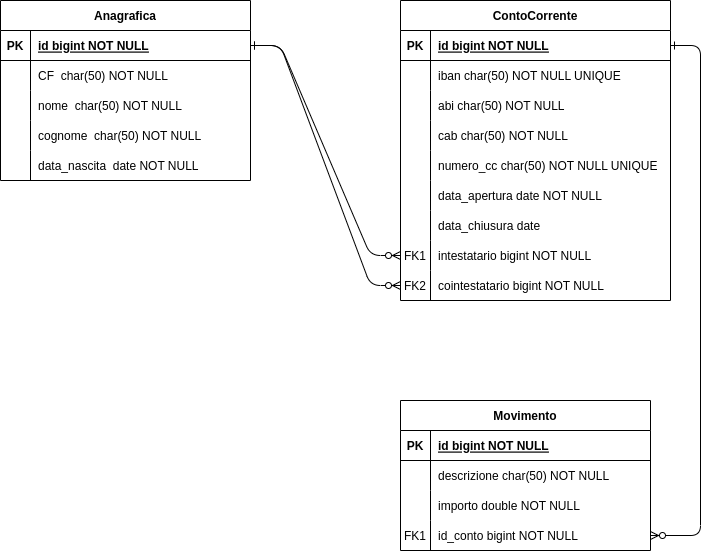
Earlier version of the draw.io export progettazione/contocorrente.drawio.png (dcocuzza/contocorrente_es). Source tidied: cells renumbered, new cells last; positions are measured from the earlier drawing's top-left corner, leaving out a move shared by most shapes.
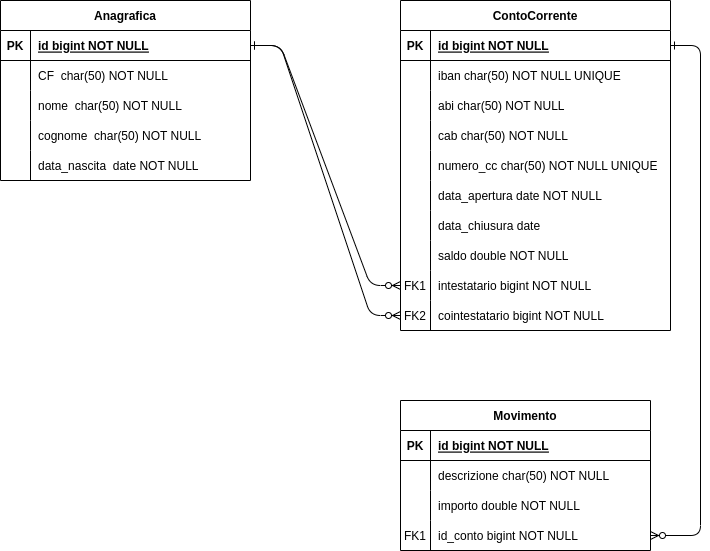
The same file after the commit.

What changed in the source:
```diff
@@ -9,7 +9,7 @@
       <mxGeometry relative="1" as="geometry" />
     </mxCell>
     <mxCell id="4" value="ContoCorrente" style="shape=table;startSize=30;rowLines=0;fontStyle=1;align=center;" parent="1" vertex="1">
-      <mxGeometry x="400" width="270" height="300" as="geometry" />
+      <mxGeometry x="400" width="270" height="330" as="geometry" />
     </mxCell>
     <mxCell id="5" style="shape=partialRectangle;fillColor=none;points=[[0,0.5],[1,0.5]];portConstraint=eastwest;top=0;left=0;right=0;bottom=1;" parent="4" vertex="1">
       <mxGeometry y="30" width="270" height="30" as="geometry" />
@@ -74,8 +74,17 @@
     <mxCell id="25" value="data_chiusura date" style="shape=partialRectangle;overflow=hidden;fillColor=none;top=0;left=0;bottom=0;right=0;align=left;spacingLeft=6;" parent="23" vertex="1">
       <mxGeometry x="30" width="240" height="30" as="geometry" />
     </mxCell>
+    <mxCell id="62" style="shape=partialRectangle;fillColor=none;top=0;left=0;right=0;bottom=0;" parent="4" vertex="1">
+      <mxGeometry y="240" width="270" height="30" as="geometry" />
+    </mxCell>
+    <mxCell id="63" style="shape=partialRectangle;overflow=hidden;fillColor=none;top=0;left=0;bottom=0;right=0;" parent="62" vertex="1">
+      <mxGeometry width="30" height="30" as="geometry" />
+    </mxCell>
+    <mxCell id="64" value="saldo double NOT NULL" style="shape=partialRectangle;overflow=hidden;fillColor=none;top=0;left=0;bottom=0;right=0;align=left;spacingLeft=6;" parent="62" vertex="1">
+      <mxGeometry x="30" width="240" height="30" as="geometry" />
+    </mxCell>
     <mxCell id="26" style="shape=partialRectangle;fillColor=none;points=[[0,0.5],[1,0.5]];portConstraint=eastwest;top=0;left=0;right=0;bottom=0;" parent="4" vertex="1">
-      <mxGeometry y="240" width="270" height="30" as="geometry" />
+      <mxGeometry y="270" width="270" height="30" as="geometry" />
     </mxCell>
     <mxCell id="27" value="FK1" style="shape=partialRectangle;overflow=hidden;fillColor=none;top=0;left=0;bottom=0;right=0;" parent="26" vertex="1">
       <mxGeometry width="30" height="30" as="geometry" />
@@ -84,7 +93,7 @@
       <mxGeometry x="30" width="240" height="30" as="geometry" />
     </mxCell>
     <mxCell id="29" style="shape=partialRectangle;fillColor=none;points=[[0,0.5],[1,0.5]];portConstraint=eastwest;top=0;left=0;right=0;bottom=0;" parent="4" vertex="1">
-      <mxGeometry y="270" width="270" height="30" as="geometry" />
+      <mxGeometry y="300" width="270" height="30" as="geometry" />
     </mxCell>
     <mxCell id="30" value="FK2" style="shape=partialRectangle;overflow=hidden;fillColor=none;top=0;left=0;bottom=0;right=0;" parent="29" vertex="1">
       <mxGeometry width="30" height="30" as="geometry" />
```
